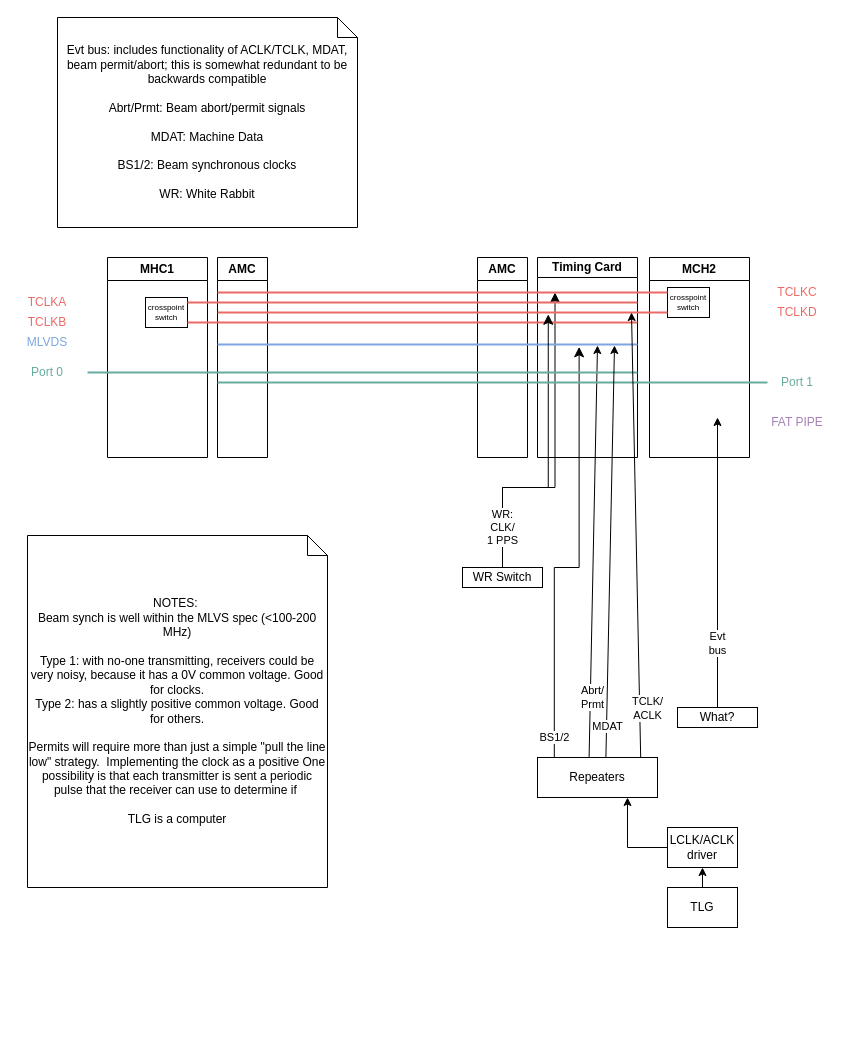
Earlier version of the draw.io diagram ACORN_DAC_timing.drawio (awhitbeck/drawio). Source tidied: cells renumbered, new cells numbered last; positions are measured from the earlier drawing's top-left corner, leaving out a move shared by most shapes. Both pictures are drawn from the tidied source at 100%, with x=0, y=0 at pixel (17, 17).
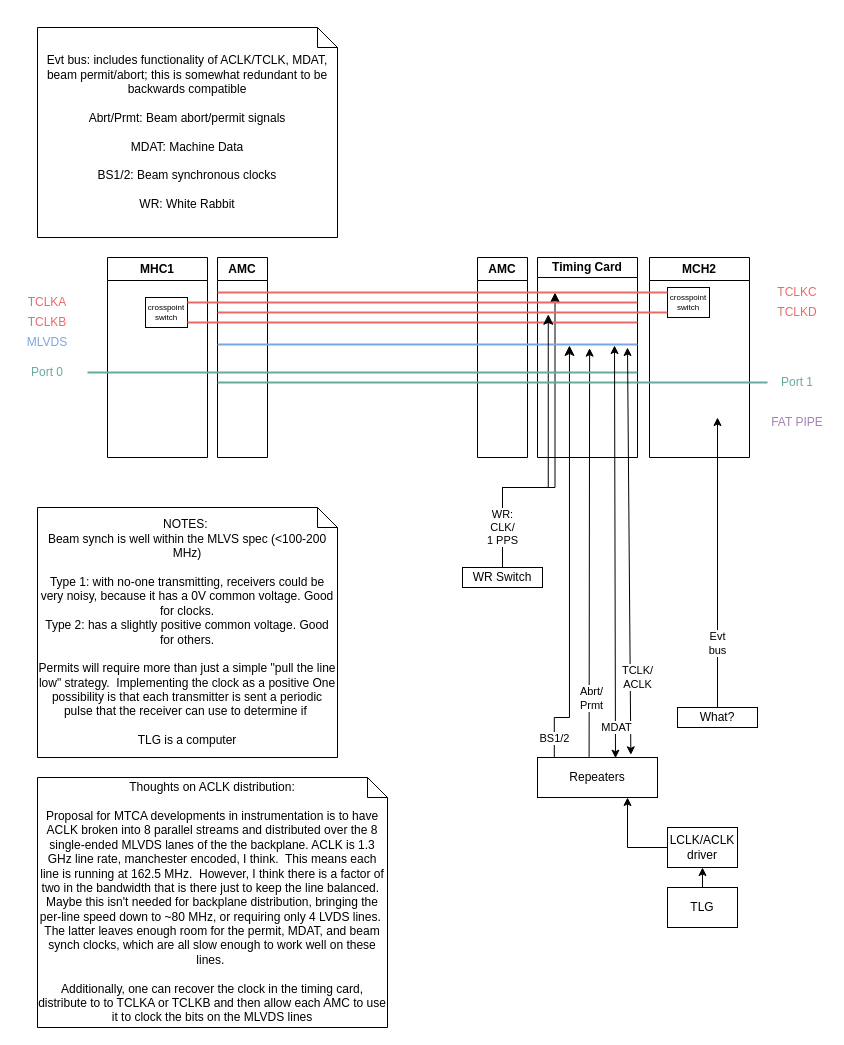
The same diagram, later.

Unchanged cells that the change refers to:
```xml
<mxCell id="15" style="line;strokeWidth=2;html=1;strokeColor=#EA6B66;" parent="1" vertex="1">
  <mxGeometry x="200" y="290" width="450" height="10" as="geometry" />
</mxCell>
<mxCell id="19" style="line;strokeWidth=2;html=1;strokeColor=#7EA6E0;fontColor=#7EA6E0;" parent="1" vertex="1">
  <mxGeometry x="200" y="322" width="420" height="10" as="geometry" />
</mxCell>
<mxCell id="31" value="Repeaters" style="rounded=0;whiteSpace=wrap;html=1;points=[[0,0,0,0,0],[0,0.25,0,0,0],[0,0.5,0,0,0],[0,0.75,0,0,0],[0,1,0,0,0],[0.14,0,0,0,0],[0.25,1,0,0,0],[0.29,0,0,0,0],[0.43,0,0,0,0],[0.5,1,0,0,0],[0.57,0,0,0,0],[0.71,0,0,0,0],[0.75,1,0,0,0],[0.86,0,0,0,0],[1,0,0,0,0],[1,0.25,0,0,0],[1,0.5,0,0,0],[1,0.75,0,0,0],[1,1,0,0,0]];" parent="1" vertex="1">
  <mxGeometry x="520" y="740" width="120" height="40" as="geometry" />
</mxCell>
```

Diff of the diagram source:
```diff
@@
     <mxCell id="11" value="Evt bus: includes functionality of ACLK/TCLK, MDAT, beam permit/abort; this is somewhat redundant to be backwards compatible&lt;br&gt;&lt;br&gt;Abrt/Prmt: Beam abort/permit signals&lt;br&gt;&lt;br&gt;MDAT: Machine Data&lt;br&gt;&lt;br&gt;BS1/2: Beam synchronous clocks&lt;br&gt;&lt;br&gt;WR: White Rabbit" style="shape=note;size=20;whiteSpace=wrap;html=1;" parent="1" vertex="1">
-      <mxGeometry x="40" width="300" height="210" as="geometry" />
+      <mxGeometry x="20" y="10" width="300" height="210" as="geometry" />
     </mxCell>
@@
-    <mxCell id="20" value="Abrt/&lt;br&gt;Prmt" style="endArrow=classic;html=1;rounded=0;entryX=0.963;entryY=0.575;entryDx=0;entryDy=0;entryPerimeter=0;exitX=0.43;exitY=0;exitDx=0;exitDy=0;exitPerimeter=0;" parent="1" edge="1" source="31">
-      <mxGeometry x="-0.71" y="-2" relative="1" as="geometry">
-        <mxPoint x="580" y="328" as="targetPoint" />
-      </mxGeometry>
+    <mxCell id="20" value="Abrt/&lt;br&gt;Prmt" style="endArrow=classic;html=1;rounded=0;entryX=0.886;entryY=0.867;entryDx=0;entryDy=0;entryPerimeter=0;exitX=0.43;exitY=0;exitDx=0;exitDy=0;exitPerimeter=0;" parent="1" edge="1" source="31" target="19">
+      <mxGeometry x="-0.71" y="-2" relative="1" as="geometry" />
     </mxCell>
@@
-    <mxCell id="22" value="BS1/2" style="edgeStyle=elbowEdgeStyle;elbow=vertical;endArrow=classic;html=1;curved=0;rounded=0;endSize=8;startSize=8;entryX=0.861;entryY=0.731;entryDx=0;entryDy=0;entryPerimeter=0;exitX=0.14;exitY=0;exitDx=0;exitDy=0;exitPerimeter=0;" parent="1" edge="1" source="31" target="19">
+    <mxCell id="22" value="BS1/2" style="edgeStyle=elbowEdgeStyle;elbow=vertical;endArrow=classic;html=1;curved=0;rounded=0;endSize=8;startSize=8;entryX=0.838;entryY=0.6;entryDx=0;entryDy=0;entryPerimeter=0;exitX=0.14;exitY=0;exitDx=0;exitDy=0;exitPerimeter=0;" parent="1" edge="1" source="31" target="19">
       <mxGeometry x="-0.91" relative="1" as="geometry">
         <Array as="points">
-          <mxPoint x="550" y="550" />
+          <mxPoint x="550" y="700" />
         </Array>
       </mxGeometry>
     </mxCell>
@@
-    <mxCell id="27" value="TCLK/&lt;br&gt;ACLK" style="endArrow=classic;html=1;rounded=0;entryX=0.92;entryY=0.5;entryDx=0;entryDy=0;entryPerimeter=0;exitX=0.86;exitY=0;exitDx=0;exitDy=0;exitPerimeter=0;" parent="1" edge="1" source="31" target="15">
-      <mxGeometry x="-0.78" y="-8" relative="1" as="geometry" />
+    <mxCell id="27" value="TCLK/&lt;br&gt;ACLK" style="endArrow=classic;html=1;rounded=0;exitX=0.778;exitY=-0.067;exitDx=0;exitDy=0;exitPerimeter=0;startArrow=classic;startFill=1;" parent="1" edge="1" source="31">
+      <mxGeometry x="-0.62" y="-7" relative="1" as="geometry">
+        <mxPoint x="610" y="330" as="targetPoint" />
+      </mxGeometry>
     </mxCell>
-    <mxCell id="28" value="MDAT" style="endArrow=classic;html=1;rounded=0;entryX=0.902;entryY=0.7;entryDx=0;entryDy=0;entryPerimeter=0;exitX=0.57;exitY=0;exitDx=0;exitDy=0;exitPerimeter=0;" parent="1" edge="1" source="31">
+    <mxCell id="28" value="MDAT" style="endArrow=classic;html=1;rounded=0;entryX=0.902;entryY=0.7;entryDx=0;entryDy=0;entryPerimeter=0;exitX=0.65;exitY=0.017;exitDx=0;exitDy=0;exitPerimeter=0;startArrow=classic;startFill=1;" parent="1" edge="1" source="31">
       <mxGeometry x="-0.85" y="-1" relative="1" as="geometry">
         <mxPoint x="597" y="328" as="targetPoint" />
       </mxGeometry>
     </mxCell>
@@
     <mxCell id="33" value="NOTES:&amp;nbsp;&lt;br&gt;Beam synch is well within the MLVS spec (&amp;lt;100-200 MHz)&lt;br&gt;&lt;br&gt;Type 1: with no-one transmitting, receivers could be very noisy, because it has a 0V common voltage. Good for clocks.&lt;br&gt;Type 2: has a slightly positive common voltage. Good for others.&lt;br&gt;&lt;br&gt;Permits will require more than just a simple &quot;pull the line low&quot; strategy.&amp;nbsp; Implementing the clock as a positive One possibility is that each transmitter is sent a periodic pulse that the receiver can use to determine if&amp;nbsp;&lt;br&gt;&lt;br&gt;TLG is a computer" style="shape=note;size=20;whiteSpace=wrap;html=1;" parent="1" vertex="1">
-      <mxGeometry x="10" y="518" width="300" height="352" as="geometry" />
+      <mxGeometry x="20" y="490" width="300" height="250" as="geometry" />
     </mxCell>
@@
+    <mxCell id="40" value="Thoughts on ACLK distribution:&lt;br&gt;&lt;div&gt;&lt;br&gt;&lt;/div&gt;&lt;div&gt;Proposal for MTCA developments in instrumentation is to have ACLK broken into 8 parallel streams and distributed over the 8 single-ended MLVDS lanes of the the backplane. ACLK is 1.3 GHz line rate, manchester encoded, I think.&amp;nbsp; This means each line is running at 162.5 MHz.&amp;nbsp; However, I think there is a factor of two in the bandwidth that is there just to keep the line balanced.&amp;nbsp; Maybe this isn't needed for backplane distribution, bringing the per-line speed down to ~80 MHz, or requiring only 4 LVDS lines.&amp;nbsp; The latter leaves enough room for the permit, MDAT, and beam synch clocks, which are all slow enough to work well on these lines.&amp;nbsp;&lt;br&gt;&lt;br&gt;Additionally, one can recover the clock in the timing card, distribute to to TCLKA or TCLKB and then allow each AMC to use it to clock the bits on the MLVDS lines&lt;/div&gt;" style="shape=note;size=20;whiteSpace=wrap;html=1;" parent="1" vertex="1">
+      <mxGeometry x="20" y="760" width="350" height="250" as="geometry" />
+    </mxCell>
```
